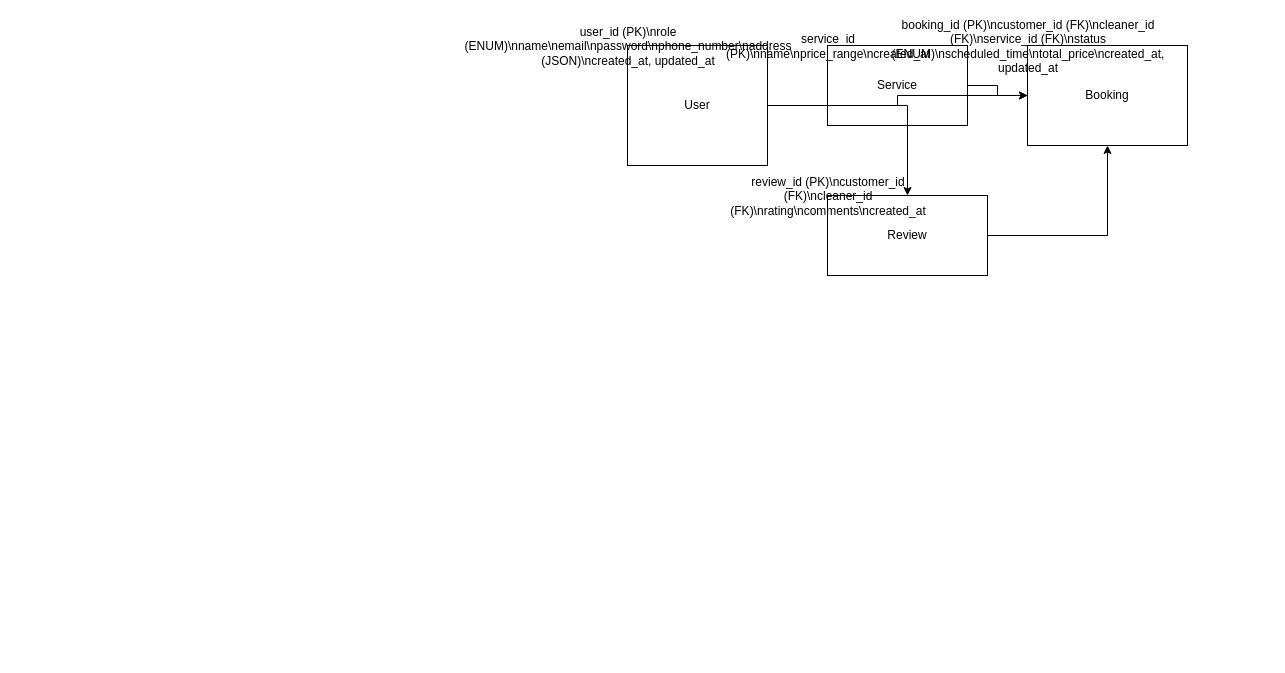
Above: CleaningWebsiteSystemDesign.drawio in deep0133/CleaningBackend (draw.io), before the change. Source tidied: cells renumbered, new cells numbered last; positions are measured from the earlier drawing's top-left corner, leaving out a move shared by most shapes. Both pictures are drawn from the tidied source at 100%, with x=0, y=0 at pixel (627, 45).
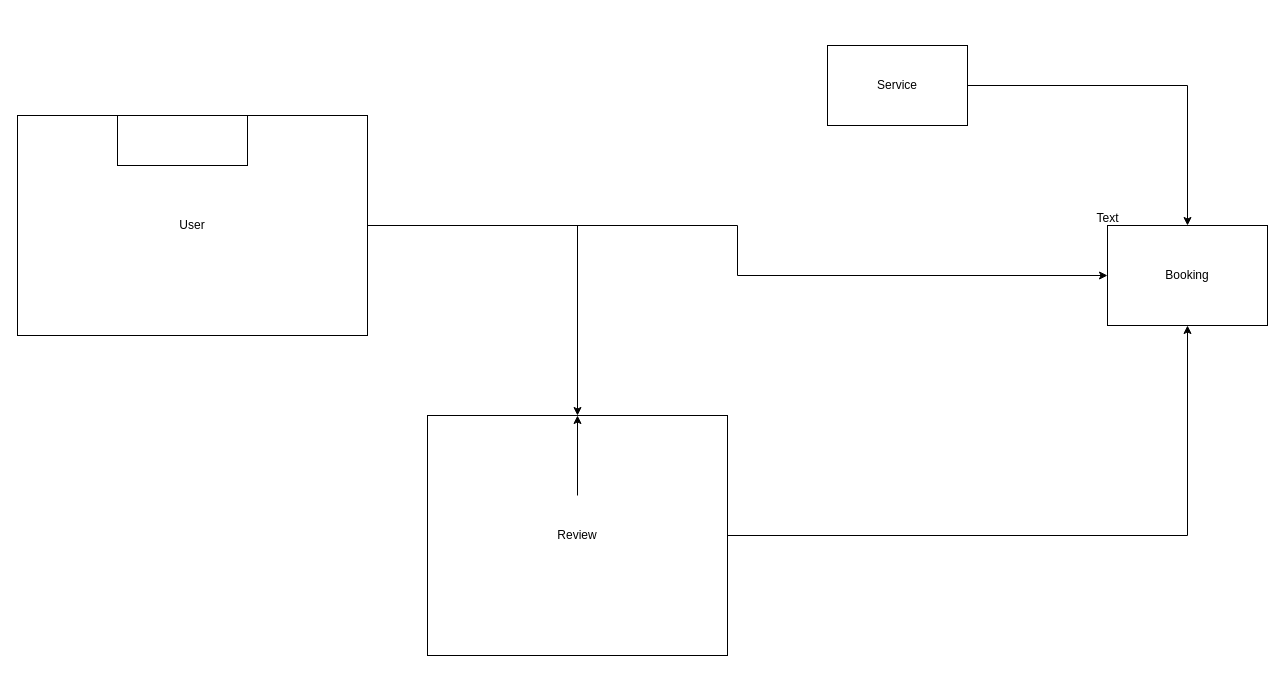
After the change.

Diff of the diagram source:
```diff
@@
 <mxGraphModel>
   <root>
     <mxCell id="0" />
     <mxCell id="1" parent="0" />
     <mxCell id="2" value="User" style="shape=rectangle;whiteSpace=wrap;html=1;" parent="1" vertex="1">
-      <mxGeometry width="140" height="120" as="geometry" />
+      <mxGeometry x="-610" y="70" width="350" height="220" as="geometry" />
     </mxCell>
-    <mxCell id="3" value="user_id (PK)\nrole (ENUM)\nname\nemail\npassword\nphone_number\naddress (JSON)\ncreated_at, updated_at" style="whiteSpace=wrap;html=1;" parent="2" vertex="1">
-      <mxGeometry relative="1" as="geometry" />
+    <mxCell id="3" style="whiteSpace=wrap;html=1;" parent="2" vertex="1">
+      <mxGeometry width="130" height="50" relative="1" as="geometry">
+        <mxPoint x="100" as="offset" />
+      </mxGeometry>
     </mxCell>
     <mxCell id="4" value="Service" style="shape=rectangle;whiteSpace=wrap;html=1;" parent="1" vertex="1">
       <mxGeometry x="200" width="140" height="80" as="geometry" />
     </mxCell>
-    <mxCell id="5" value="service_id (PK)\nname\nprice_range\ncreated_at" style="whiteSpace=wrap;html=1;" parent="4" vertex="1">
+    <mxCell id="5" style="whiteSpace=wrap;html=1;" parent="4" vertex="1">
       <mxGeometry relative="1" as="geometry" />
     </mxCell>
     <mxCell id="6" value="Booking" style="shape=rectangle;whiteSpace=wrap;html=1;" parent="1" vertex="1">
-      <mxGeometry x="400" width="160" height="100" as="geometry" />
+      <mxGeometry x="480" y="180" width="160" height="100" as="geometry" />
     </mxCell>
-    <mxCell id="7" value="booking_id (PK)\ncustomer_id (FK)\ncleaner_id (FK)\nservice_id (FK)\nstatus (ENUM)\nscheduled_time\ntotal_price\ncreated_at, updated_at" style="whiteSpace=wrap;html=1;" parent="6" vertex="1">
+    <mxCell id="7" style="whiteSpace=wrap;html=1;" parent="6" vertex="1">
       <mxGeometry relative="1" as="geometry" />
     </mxCell>
     <mxCell id="8" value="Review" style="shape=rectangle;whiteSpace=wrap;html=1;" parent="1" vertex="1">
-      <mxGeometry x="200" y="150" width="160" height="80" as="geometry" />
+      <mxGeometry x="-200" y="370" width="300" height="240" as="geometry" />
     </mxCell>
-    <mxCell id="9" value="review_id (PK)\ncustomer_id (FK)\ncleaner_id (FK)\nrating\ncomments\ncreated_at" style="whiteSpace=wrap;html=1;" parent="8" vertex="1">
-      <mxGeometry relative="1" as="geometry" />
+    <mxCell id="9" style="whiteSpace=wrap;html=1;direction=south;" parent="8" vertex="1">
+      <mxGeometry relative="1" as="geometry">
+        <mxPoint x="150" y="80" as="offset" />
+      </mxGeometry>
     </mxCell>
+    <mxCell id="14" style="edgeStyle=orthogonalEdgeStyle;rounded=0;orthogonalLoop=1;jettySize=auto;html=1;exitX=0;exitY=0;exitDx=0;exitDy=0;" parent="8" edge="1" source="9" target="9">
+      <mxGeometry relative="1" as="geometry" />
+    </mxCell>
     <mxCell id="10" style="edgeStyle=orthogonalEdgeStyle;rounded=0;jettySize=auto;" parent="1" edge="1" source="2" target="6">
       <mxGeometry relative="1" as="geometry" />
     </mxCell>
     <mxCell id="11" style="edgeStyle=orthogonalEdgeStyle;rounded=0;jettySize=auto;" parent="1" edge="1" source="4" target="6">
       <mxGeometry relative="1" as="geometry" />
     </mxCell>
     <mxCell id="12" style="edgeStyle=orthogonalEdgeStyle;rounded=0;jettySize=auto;" parent="1" edge="1" source="2" target="8">
       <mxGeometry relative="1" as="geometry" />
     </mxCell>
     <mxCell id="13" style="edgeStyle=orthogonalEdgeStyle;rounded=0;jettySize=auto;" parent="1" edge="1" source="8" target="6">
       <mxGeometry relative="1" as="geometry" />
     </mxCell>
+    <mxCell id="15" style="edgeStyle=orthogonalEdgeStyle;rounded=0;jettySize=auto;html=1;" parent="1" edge="1" source="9" target="8">
+      <mxGeometry relative="1" as="geometry" />
+    </mxCell>
+    <mxCell id="16" value="Text" style="text;html=1;align=center;verticalAlign=middle;strokeColor=none;fillColor=none;" parent="1" vertex="1">
+      <mxGeometry x="455" y="158" width="50" height="30" as="geometry" />
+    </mxCell>
   </root>
 </mxGraphModel>
```
